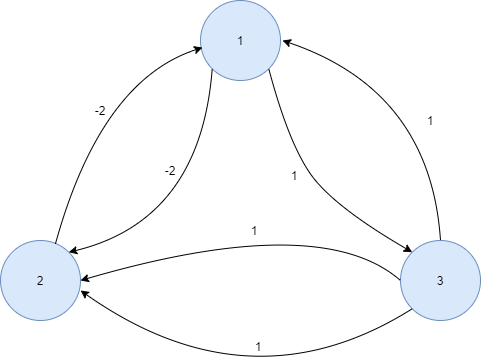
Earlier version of the draw.io export laboratorio 3/red_hopfield.png (njhurtado/LaboratoriosML). Source tidied: cells renumbered, new cells last; positions are measured from the earlier drawing's top-left corner, leaving out a move shared by most shapes. Source of this version:
```xml
<mxGraphModel>
  <root>
    <mxCell id="0" />
    <mxCell id="1" parent="0" />
    <mxCell id="2" style="ellipse;whiteSpace=wrap;html=1;fillColor=#dae8fc;strokeColor=#6c8ebf;" parent="1" vertex="1">
      <mxGeometry y="240" width="80" height="80" as="geometry" />
    </mxCell>
    <mxCell id="3" style="ellipse;whiteSpace=wrap;html=1;fillColor=#dae8fc;strokeColor=#6c8ebf;" parent="1" vertex="1">
      <mxGeometry x="400" y="240" width="80" height="80" as="geometry" />
    </mxCell>
    <mxCell id="4" style="ellipse;whiteSpace=wrap;html=1;fillColor=#dae8fc;strokeColor=#6c8ebf;" parent="1" vertex="1">
      <mxGeometry x="200" width="80" height="80" as="geometry" />
    </mxCell>
    <mxCell id="5" style="curved=1;endArrow=classic;html=1;exitX=0.5;exitY=0;exitDx=0;exitDy=0;" parent="1" edge="1" source="3">
      <mxGeometry relative="1" as="geometry">
        <mxPoint x="282" y="40" as="targetPoint" />
        <Array as="points">
          <mxPoint x="430" y="90" />
        </Array>
      </mxGeometry>
    </mxCell>
    <mxCell id="6" style="curved=1;endArrow=classic;html=1;entryX=0;entryY=0;entryDx=0;entryDy=0;exitX=1;exitY=1;exitDx=0;exitDy=0;" parent="1" edge="1" source="4" target="3">
      <mxGeometry relative="1" as="geometry">
        <Array as="points">
          <mxPoint x="290" y="150" />
          <mxPoint x="340" y="210" />
        </Array>
      </mxGeometry>
    </mxCell>
    <mxCell id="7" style="curved=1;endArrow=classic;html=1;entryX=1;entryY=0;entryDx=0;entryDy=0;exitX=0;exitY=1;exitDx=0;exitDy=0;" parent="1" edge="1" source="4" target="2">
      <mxGeometry relative="1" as="geometry">
        <Array as="points">
          <mxPoint x="200" y="220" />
        </Array>
      </mxGeometry>
    </mxCell>
    <mxCell id="8" style="curved=1;endArrow=classic;html=1;exitX=0.685;exitY=0.048;exitDx=0;exitDy=0;entryX=0.025;entryY=0.588;entryDx=0;entryDy=0;exitPerimeter=0;entryPerimeter=0;" parent="1" edge="1" source="2" target="4">
      <mxGeometry relative="1" as="geometry">
        <Array as="points">
          <mxPoint x="100" y="80" />
        </Array>
      </mxGeometry>
    </mxCell>
    <mxCell id="9" style="curved=1;endArrow=classic;html=1;exitX=0;exitY=1;exitDx=0;exitDy=0;entryX=1.025;entryY=0.628;entryDx=0;entryDy=0;entryPerimeter=0;" parent="1" edge="1" source="3">
      <mxGeometry relative="1" as="geometry">
        <mxPoint x="80" y="290" as="targetPoint" />
        <Array as="points">
          <mxPoint x="250" y="410" />
        </Array>
      </mxGeometry>
    </mxCell>
    <mxCell id="10" style="curved=1;endArrow=classic;html=1;exitX=0;exitY=0.5;exitDx=0;exitDy=0;entryX=1;entryY=0.5;entryDx=0;entryDy=0;" parent="1" edge="1" source="3" target="2">
      <mxGeometry relative="1" as="geometry">
        <Array as="points">
          <mxPoint x="320" y="210" />
        </Array>
      </mxGeometry>
    </mxCell>
    <mxCell id="11" value="1" style="text;html=1;strokeColor=none;fillColor=none;align=center;verticalAlign=middle;whiteSpace=wrap;rounded=0;" parent="1" vertex="1">
      <mxGeometry x="220" y="30" width="40" height="20" as="geometry" />
    </mxCell>
    <mxCell id="12" value="2" style="text;html=1;strokeColor=none;fillColor=none;align=center;verticalAlign=middle;whiteSpace=wrap;rounded=0;" parent="1" vertex="1">
      <mxGeometry x="20" y="270" width="40" height="20" as="geometry" />
    </mxCell>
    <mxCell id="13" value="3" style="text;html=1;strokeColor=none;fillColor=none;align=center;verticalAlign=middle;whiteSpace=wrap;rounded=0;" parent="1" vertex="1">
      <mxGeometry x="420" y="270" width="40" height="20" as="geometry" />
    </mxCell>
    <mxCell id="14" value="-2&lt;br&gt;" style="text;html=1;strokeColor=none;fillColor=none;align=center;verticalAlign=middle;whiteSpace=wrap;rounded=0;" parent="1" vertex="1">
      <mxGeometry x="80" y="100" width="40" height="20" as="geometry" />
    </mxCell>
    <mxCell id="15" value="-2" style="text;html=1;strokeColor=none;fillColor=none;align=center;verticalAlign=middle;whiteSpace=wrap;rounded=0;" parent="1" vertex="1">
      <mxGeometry x="150" y="160" width="40" height="20" as="geometry" />
    </mxCell>
    <mxCell id="16" value="1" style="text;html=1;strokeColor=none;fillColor=none;align=center;verticalAlign=middle;whiteSpace=wrap;rounded=0;" parent="1" vertex="1">
      <mxGeometry x="234" y="220" width="40" height="20" as="geometry" />
    </mxCell>
    <mxCell id="17" value="1" style="text;html=1;strokeColor=none;fillColor=none;align=center;verticalAlign=middle;whiteSpace=wrap;rounded=0;" parent="1" vertex="1">
      <mxGeometry x="238" y="336" width="40" height="20" as="geometry" />
    </mxCell>
    <mxCell id="18" value="1" style="text;html=1;strokeColor=none;fillColor=none;align=center;verticalAlign=middle;whiteSpace=wrap;rounded=0;" parent="1" vertex="1">
      <mxGeometry x="274" y="170" width="40" height="10" as="geometry" />
    </mxCell>
    <mxCell id="19" value="1" style="text;html=1;strokeColor=none;fillColor=none;align=center;verticalAlign=middle;whiteSpace=wrap;rounded=0;" parent="1" vertex="1">
      <mxGeometry x="410" y="110" width="40" height="20" as="geometry" />
    </mxCell>
  </root>
</mxGraphModel>
```
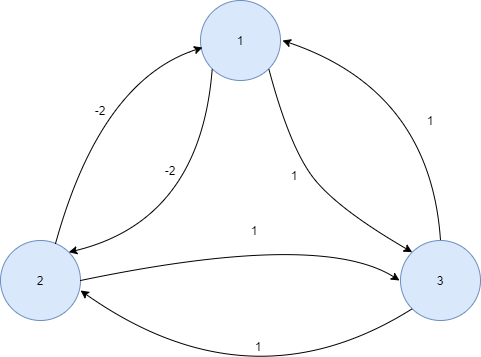
Later version of the same file.

Commit message:
se reemplaza el diagrama

What changed in the source:
```diff
@@ -11,14 +11,14 @@
     <mxCell id="4" style="ellipse;whiteSpace=wrap;html=1;fillColor=#dae8fc;strokeColor=#6c8ebf;" parent="1" vertex="1">
       <mxGeometry x="200" width="80" height="80" as="geometry" />
     </mxCell>
-    <mxCell id="5" style="curved=1;endArrow=classic;html=1;exitX=0.5;exitY=0;exitDx=0;exitDy=0;" parent="1" edge="1" source="3">
-      <mxGeometry relative="1" as="geometry">
-        <mxPoint x="282" y="40" as="targetPoint" />
-        <Array as="points">
-          <mxPoint x="430" y="90" />
-        </Array>
-      </mxGeometry>
-    </mxCell>
+    <mxCell id="20" style="curved=1;endArrow=classic;html=1;exitX=0.5;exitY=0;exitDx=0;exitDy=0;" parent="1" edge="1" source="3">
+      <mxGeometry relative="1" as="geometry">
+        <mxPoint x="282" y="40" as="targetPoint" />
+        <Array as="points">
+          <mxPoint x="430" y="90" />
+        </Array>
+      </mxGeometry>
+    </mxCell>
     <mxCell id="6" style="curved=1;endArrow=classic;html=1;entryX=0;entryY=0;entryDx=0;entryDy=0;exitX=1;exitY=1;exitDx=0;exitDy=0;" parent="1" edge="1" source="4" target="3">
       <mxGeometry relative="1" as="geometry">
         <Array as="points">
@@ -41,21 +41,22 @@
         </Array>
       </mxGeometry>
     </mxCell>
-    <mxCell id="9" style="curved=1;endArrow=classic;html=1;exitX=0;exitY=1;exitDx=0;exitDy=0;entryX=1.025;entryY=0.628;entryDx=0;entryDy=0;entryPerimeter=0;" parent="1" edge="1" source="3">
-      <mxGeometry relative="1" as="geometry">
-        <mxPoint x="80" y="290" as="targetPoint" />
-        <Array as="points">
-          <mxPoint x="250" y="410" />
-        </Array>
-      </mxGeometry>
-    </mxCell>
-    <mxCell id="10" style="curved=1;endArrow=classic;html=1;exitX=0;exitY=0.5;exitDx=0;exitDy=0;entryX=1;entryY=0.5;entryDx=0;entryDy=0;" parent="1" edge="1" source="3" target="2">
-      <mxGeometry relative="1" as="geometry">
-        <Array as="points">
-          <mxPoint x="320" y="210" />
-        </Array>
-      </mxGeometry>
-    </mxCell>
+    <mxCell id="21" style="curved=1;endArrow=classic;html=1;exitX=0;exitY=1;exitDx=0;exitDy=0;entryX=1.025;entryY=0.628;entryDx=0;entryDy=0;entryPerimeter=0;" parent="1" edge="1" source="3">
+      <mxGeometry relative="1" as="geometry">
+        <mxPoint x="80" y="290" as="targetPoint" />
+        <Array as="points">
+          <mxPoint x="250" y="410" />
+        </Array>
+      </mxGeometry>
+    </mxCell>
+    <mxCell id="22" style="curved=1;endArrow=classic;html=1;exitX=1;exitY=0.5;exitDx=0;exitDy=0;" parent="1" edge="1" source="2">
+      <mxGeometry relative="1" as="geometry">
+        <mxPoint x="399" y="280" as="targetPoint" />
+        <Array as="points">
+          <mxPoint x="320" y="230" />
+        </Array>
+      </mxGeometry>
+    </mxCell>
     <mxCell id="11" value="1" style="text;html=1;strokeColor=none;fillColor=none;align=center;verticalAlign=middle;whiteSpace=wrap;rounded=0;" parent="1" vertex="1">
       <mxGeometry x="220" y="30" width="40" height="20" as="geometry" />
     </mxCell>
```
